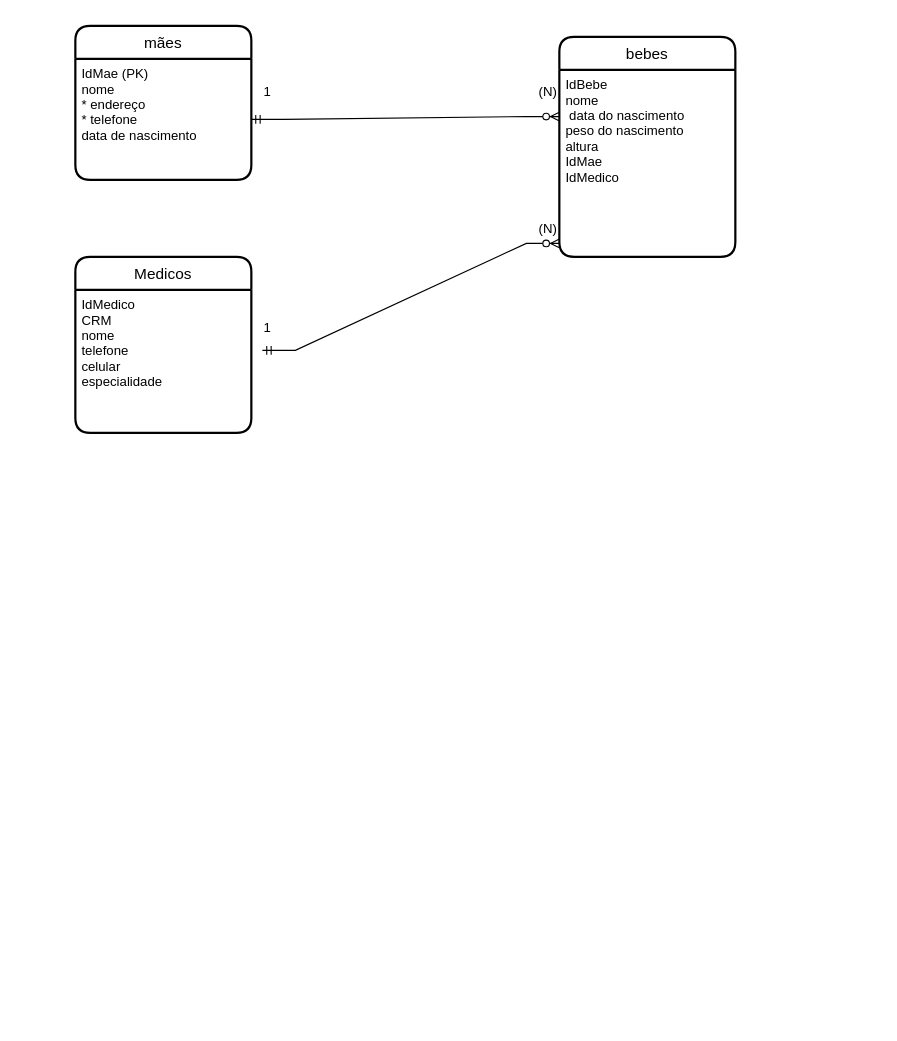
Before: page "2.Berçario" (1 of 3) of Lista1/L1-Modelo-Conceitual-Berçario.drawio in WesleySiNeves/DB1ModelagemDados, a draw.io diagram. Source tidied: cells renumbered, new cells numbered last; positions are measured from the earlier drawing's top-left corner, leaving out a move shared by most shapes. Both pictures are drawn from the tidied source at 110%, with x=0, y=0 at pixel (75, 25).
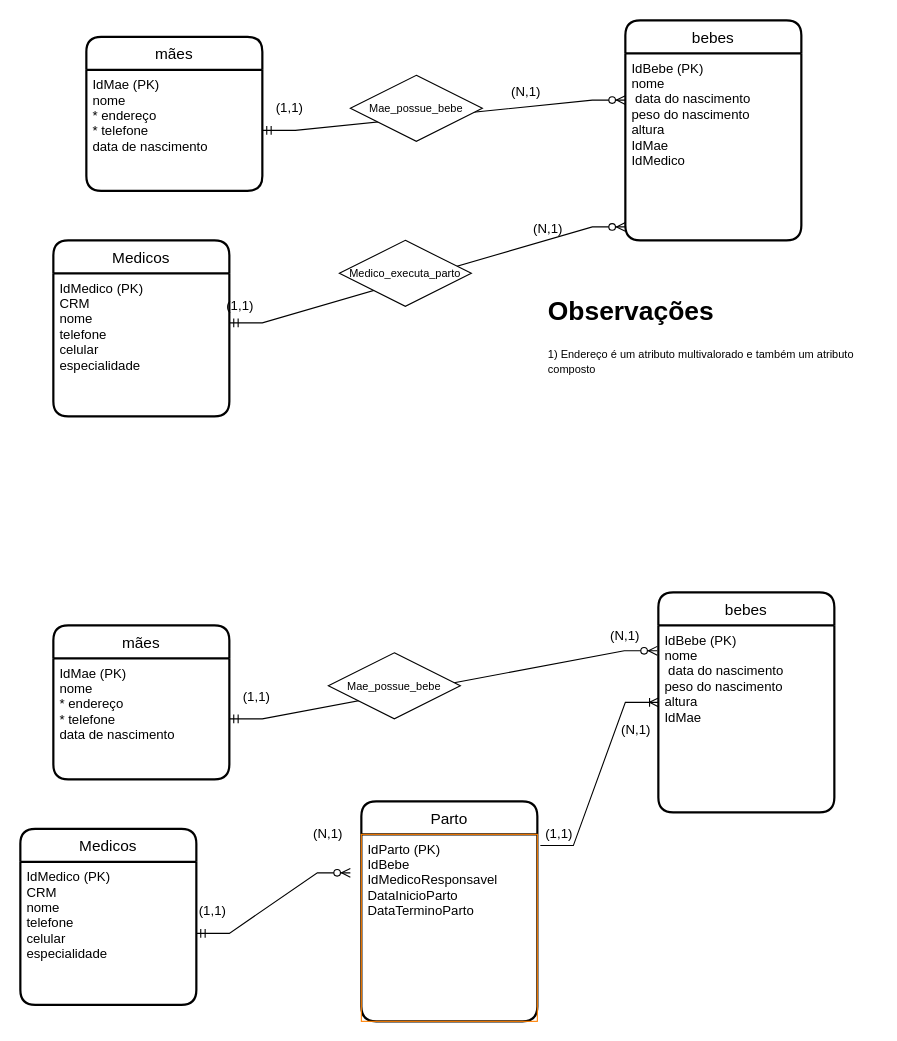
Above is the later version.

What changed in the source:
```diff
@@
     <mxCell id="2" value="mães" style="swimlane;horizontal=1;startSize=30;rounded=1;fontSize=14;fontStyle=0;strokeWidth=2;shadow=0;dashed=0;align=center;" parent="1" vertex="1">
-      <mxGeometry width="160" height="140" as="geometry" />
+      <mxGeometry x="10" y="10" width="160" height="140" as="geometry" />
     </mxCell>
@@
     <mxCell id="4" value="bebes" style="swimlane;horizontal=1;startSize=30;rounded=1;fontSize=14;fontStyle=0;strokeWidth=2;shadow=0;dashed=0;align=center;" parent="1" vertex="1">
-      <mxGeometry x="440" y="10" width="160" height="200" as="geometry" />
+      <mxGeometry x="500" y="-5" width="160" height="200" as="geometry" />
     </mxCell>
-    <mxCell id="5" value="IdBebe&#10;nome&#10; data do nascimento&#10;peso do nascimento&#10;altura&#10;IdMae&#10;IdMedico&#10;" style="align=left;strokeColor=none;fillColor=none;spacingLeft=4;fontSize=12;verticalAlign=top;" parent="4" vertex="1">
+    <mxCell id="5" value="IdBebe (PK)&#10;nome&#10; data do nascimento&#10;peso do nascimento&#10;altura&#10;IdMae&#10;IdMedico&#10;" style="align=left;strokeColor=none;fillColor=none;spacingLeft=4;fontSize=12;verticalAlign=top;" parent="4" vertex="1">
       <mxGeometry y="30" width="160" height="170" as="geometry" />
     </mxCell>
     <mxCell id="6" value="Medicos" style="swimlane;horizontal=1;startSize=30;rounded=1;fontSize=14;fontStyle=0;strokeWidth=2;shadow=0;dashed=0;align=center;" parent="1" vertex="1">
-      <mxGeometry y="210" width="160" height="160" as="geometry" />
+      <mxGeometry x="-20" y="195" width="160" height="160" as="geometry" />
     </mxCell>
-    <mxCell id="7" value="IdMedico&#10;CRM&#10;nome&#10;telefone &#10;celular &#10;especialidade" style="align=left;strokeColor=none;fillColor=none;spacingLeft=4;fontSize=12;verticalAlign=top;" parent="6" vertex="1">
+    <mxCell id="7" value="IdMedico (PK)&#10;CRM&#10;nome&#10;telefone &#10;celular &#10;especialidade" style="align=left;strokeColor=none;fillColor=none;spacingLeft=4;fontSize=12;verticalAlign=top;" parent="6" vertex="1">
       <mxGeometry y="30" width="160" height="130" as="geometry" />
     </mxCell>
@@
-    <mxCell id="9" value="1" style="text;html=1;strokeColor=none;fillColor=none;align=center;verticalAlign=middle;whiteSpace=wrap;rounded=0;" parent="1" vertex="1">
-      <mxGeometry x="150" y="45" width="50" height="30" as="geometry" />
+    <mxCell id="9" value="(1,1)" style="text;html=1;strokeColor=none;fillColor=none;align=center;verticalAlign=middle;whiteSpace=wrap;rounded=0;" parent="1" vertex="1">
+      <mxGeometry x="170" y="60" width="50" height="30" as="geometry" />
     </mxCell>
-    <mxCell id="10" value="(N)" style="text;html=1;strokeColor=none;fillColor=none;align=center;verticalAlign=middle;whiteSpace=wrap;rounded=0;" parent="1" vertex="1">
-      <mxGeometry x="400" y="45" width="60" height="30" as="geometry" />
+    <mxCell id="10" value="(N,1)" style="text;html=1;strokeColor=none;fillColor=none;align=center;verticalAlign=middle;whiteSpace=wrap;rounded=0;" parent="1" vertex="1">
+      <mxGeometry x="380" y="45" width="60" height="30" as="geometry" />
     </mxCell>
-    <mxCell id="11" value="(N)" style="text;html=1;strokeColor=none;fillColor=none;align=center;verticalAlign=middle;whiteSpace=wrap;rounded=0;" parent="1" vertex="1">
+    <mxCell id="11" value="(N,1)" style="text;html=1;strokeColor=none;fillColor=none;align=center;verticalAlign=middle;whiteSpace=wrap;rounded=0;" parent="1" vertex="1">
       <mxGeometry x="400" y="170" width="60" height="30" as="geometry" />
     </mxCell>
-    <mxCell id="12" style="edgeStyle=entityRelationEdgeStyle;fontSize=12;html=1;endArrow=ERzeroToMany;startArrow=ERmandOne;rounded=0;exitX=1;exitY=0.5;exitDx=0;exitDy=0;entryX=0;entryY=0.928;entryDx=0;entryDy=0;entryPerimeter=0;" parent="1" edge="1" target="5">
+    <mxCell id="12" style="edgeStyle=entityRelationEdgeStyle;fontSize=12;html=1;endArrow=ERzeroToMany;startArrow=ERmandOne;rounded=0;entryX=0;entryY=0.928;entryDx=0;entryDy=0;entryPerimeter=0;" parent="1" edge="1" target="5">
       <mxGeometry relative="1" as="geometry">
-        <mxPoint x="170" y="295" as="sourcePoint" />
+        <mxPoint x="140" y="270" as="sourcePoint" />
       </mxGeometry>
     </mxCell>
-    <mxCell id="13" value="1" style="text;html=1;strokeColor=none;fillColor=none;align=center;verticalAlign=middle;whiteSpace=wrap;rounded=0;" parent="1" vertex="1">
-      <mxGeometry x="150" y="260" width="50" height="30" as="geometry" />
+    <mxCell id="13" value="(1,1)" style="text;html=1;strokeColor=none;fillColor=none;align=center;verticalAlign=middle;whiteSpace=wrap;rounded=0;" parent="1" vertex="1">
+      <mxGeometry x="120" y="240" width="60" height="30" as="geometry" />
     </mxCell>
+    <mxCell id="14" value="&lt;h1&gt;Observações&lt;/h1&gt;&lt;div&gt;&lt;font style=&quot;font-size: 10px&quot;&gt;1) Endereço é um atributo multivalorado e também um atributo composto&lt;/font&gt;&lt;/div&gt;" style="text;html=1;strokeColor=none;fillColor=none;spacing=5;spacingTop=-20;whiteSpace=wrap;overflow=hidden;rounded=0;" parent="1" vertex="1">
+      <mxGeometry x="425" y="240" width="305" height="120" as="geometry" />
+    </mxCell>
+    <mxCell id="15" value="Mae_possue_bebe" style="shape=rhombus;perimeter=rhombusPerimeter;whiteSpace=wrap;html=1;align=center;fontSize=10;" parent="1" vertex="1">
+      <mxGeometry x="250" y="45" width="120" height="60" as="geometry" />
+    </mxCell>
+    <mxCell id="16" value="Medico_executa_parto" style="shape=rhombus;perimeter=rhombusPerimeter;whiteSpace=wrap;html=1;align=center;fontSize=10;" parent="1" vertex="1">
+      <mxGeometry x="240" y="195" width="120" height="60" as="geometry" />
+    </mxCell>
+    <mxCell id="17" value="mães" style="swimlane;horizontal=1;startSize=30;rounded=1;fontSize=14;fontStyle=0;strokeWidth=2;shadow=0;dashed=0;align=center;" parent="1" vertex="1">
+      <mxGeometry x="-20" y="545" width="160" height="140" as="geometry" />
+    </mxCell>
+    <mxCell id="18" value="IdMae (PK)&#10;nome&#10;* endereço&#10;* telefone &#10;data de nascimento&#10;" style="align=left;strokeColor=none;fillColor=none;spacingLeft=4;fontSize=12;verticalAlign=top;" parent="17" vertex="1">
+      <mxGeometry y="30" width="160" height="110" as="geometry" />
+    </mxCell>
+    <mxCell id="19" value="bebes" style="swimlane;horizontal=1;startSize=30;rounded=1;fontSize=14;fontStyle=0;strokeWidth=2;shadow=0;dashed=0;align=center;" parent="1" vertex="1">
+      <mxGeometry x="530" y="515" width="160" height="200" as="geometry" />
+    </mxCell>
+    <mxCell id="20" value="IdBebe (PK)&#10;nome&#10; data do nascimento&#10;peso do nascimento&#10;altura&#10;IdMae&#10;&#10;" style="align=left;strokeColor=none;fillColor=none;spacingLeft=4;fontSize=12;verticalAlign=top;" parent="19" vertex="1">
+      <mxGeometry y="30" width="160" height="170" as="geometry" />
+    </mxCell>
+    <mxCell id="21" value="Medicos" style="swimlane;horizontal=1;startSize=30;rounded=1;fontSize=14;fontStyle=0;strokeWidth=2;shadow=0;dashed=0;align=center;" parent="1" vertex="1">
+      <mxGeometry x="-50" y="730" width="160" height="160" as="geometry" />
+    </mxCell>
+    <mxCell id="22" value="IdMedico (PK)&#10;CRM&#10;nome&#10;telefone &#10;celular &#10;especialidade" style="align=left;strokeColor=none;fillColor=none;spacingLeft=4;fontSize=12;verticalAlign=top;" parent="21" vertex="1">
+      <mxGeometry y="30" width="160" height="130" as="geometry" />
+    </mxCell>
+    <mxCell id="23" style="edgeStyle=entityRelationEdgeStyle;fontSize=12;html=1;endArrow=ERzeroToMany;startArrow=ERmandOne;rounded=0;exitX=1;exitY=0.5;exitDx=0;exitDy=0;entryX=-0.006;entryY=0.136;entryDx=0;entryDy=0;entryPerimeter=0;" parent="1" edge="1" source="18" target="20">
+      <mxGeometry relative="1" as="geometry" />
+    </mxCell>
+    <mxCell id="24" value="(1,1)" style="text;html=1;strokeColor=none;fillColor=none;align=center;verticalAlign=middle;whiteSpace=wrap;rounded=0;" parent="1" vertex="1">
+      <mxGeometry x="140" y="595" width="50" height="30" as="geometry" />
+    </mxCell>
+    <mxCell id="25" value="(N,1)" style="text;html=1;strokeColor=none;fillColor=none;align=center;verticalAlign=middle;whiteSpace=wrap;rounded=0;" parent="1" vertex="1">
+      <mxGeometry x="470" y="540" width="60" height="30" as="geometry" />
+    </mxCell>
+    <mxCell id="26" value="Mae_possue_bebe" style="shape=rhombus;perimeter=rhombusPerimeter;whiteSpace=wrap;html=1;align=center;fontSize=10;" parent="1" vertex="1">
+      <mxGeometry x="230" y="570" width="120" height="60" as="geometry" />
+    </mxCell>
+    <mxCell id="27" value="Parto" style="swimlane;horizontal=1;startSize=30;rounded=1;fontSize=14;fontStyle=0;strokeWidth=2;shadow=0;dashed=0;align=center;" parent="1" vertex="1">
+      <mxGeometry x="260" y="705" width="160" height="200" as="geometry" />
+    </mxCell>
+    <mxCell id="28" value="IdParto (PK)&#10;IdBebe&#10;IdMedicoResponsavel&#10;DataInicioParto&#10;DataTerminoParto&#10;&#10;" style="align=left;strokeColor=#FF8000;fillColor=none;spacingLeft=4;fontSize=12;verticalAlign=top;" parent="27" vertex="1">
+      <mxGeometry y="30" width="160" height="170" as="geometry" />
+    </mxCell>
+    <mxCell id="29" style="edgeStyle=entityRelationEdgeStyle;fontSize=12;html=1;endArrow=ERzeroToMany;startArrow=ERmandOne;rounded=0;exitX=1;exitY=0.5;exitDx=0;exitDy=0;" parent="1" edge="1" source="22">
+      <mxGeometry relative="1" as="geometry">
+        <mxPoint x="250" y="770" as="targetPoint" />
+      </mxGeometry>
+    </mxCell>
+    <mxCell id="30" style="edgeStyle=entityRelationEdgeStyle;fontSize=12;html=1;endArrow=ERoneToMany;rounded=0;exitX=1.017;exitY=0.06;exitDx=0;exitDy=0;exitPerimeter=0;" parent="1" edge="1" source="28">
+      <mxGeometry relative="1" as="geometry">
+        <mxPoint x="530" y="615" as="targetPoint" />
+      </mxGeometry>
+    </mxCell>
+    <mxCell id="31" value="(1,1)" style="text;html=1;strokeColor=none;fillColor=none;align=center;verticalAlign=middle;whiteSpace=wrap;rounded=0;" parent="1" vertex="1">
+      <mxGeometry x="410" y="720" width="60" height="30" as="geometry" />
+    </mxCell>
+    <mxCell id="32" value="(N,1)" style="text;html=1;strokeColor=none;fillColor=none;align=center;verticalAlign=middle;whiteSpace=wrap;rounded=0;" parent="1" vertex="1">
+      <mxGeometry x="480" y="625" width="60" height="30" as="geometry" />
+    </mxCell>
+    <mxCell id="33" value="(1,1)" style="text;html=1;strokeColor=none;fillColor=none;align=center;verticalAlign=middle;whiteSpace=wrap;rounded=0;" parent="1" vertex="1">
+      <mxGeometry x="100" y="790" width="50" height="30" as="geometry" />
+    </mxCell>
+    <mxCell id="34" value="(N,1)" style="text;html=1;strokeColor=none;fillColor=none;align=center;verticalAlign=middle;whiteSpace=wrap;rounded=0;" parent="1" vertex="1">
+      <mxGeometry x="200" y="720" width="60" height="30" as="geometry" />
+    </mxCell>
```
